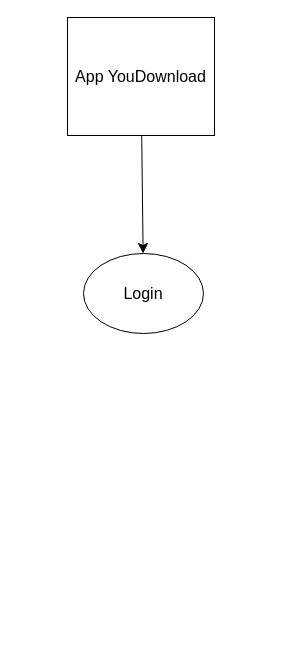
gabrimota/Diagramas keeps this draw.io diagram as Youdownload.drawio. Above is the earlier version. Source tidied: cells renumbered, new cells numbered last; positions are measured from the earlier drawing's top-left corner, leaving out a move shared by most shapes. Both pictures are drawn from the tidied source at 100%, with x=0, y=0 at pixel (67, 17).
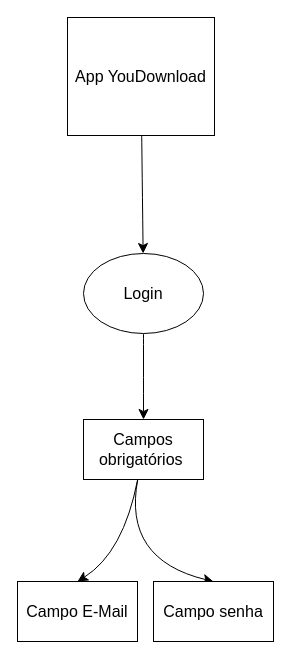
Above is the later version.

The edit, as a diff of the source:
```diff
@@
 <mxGraphModel>
   <root>
     <mxCell id="0" />
     <mxCell id="1" parent="0" />
     <mxCell id="2" style="edgeStyle=none;curved=1;rounded=0;jettySize=auto;html=1;fontSize=12;startSize=8;endSize=8;" parent="1" edge="1" source="3" target="4">
       <mxGeometry relative="1" as="geometry" />
     </mxCell>
     <mxCell id="3" value="App YouDownload" style="rounded=0;whiteSpace=wrap;html=1;fontSize=16;" parent="1" vertex="1">
       <mxGeometry width="147" height="118" as="geometry" />
     </mxCell>
+    <mxCell id="5" style="edgeStyle=none;curved=1;rounded=0;jettySize=auto;html=1;fontSize=12;startSize=8;endSize=8;" parent="1" edge="1" source="4" target="8">
+      <mxGeometry relative="1" as="geometry" />
+    </mxCell>
     <mxCell id="4" value="Login" style="ellipse;whiteSpace=wrap;html=1;fontSize=16;" parent="1" vertex="1">
       <mxGeometry x="16" y="236" width="120" height="80" as="geometry" />
     </mxCell>
+    <mxCell id="6" style="edgeStyle=none;curved=1;rounded=0;jettySize=auto;html=1;entryX=0.5;entryY=0;entryDx=0;entryDy=0;fontSize=12;startSize=8;endSize=8;" parent="1" edge="1" source="8" target="9">
+      <mxGeometry relative="1" as="geometry">
+        <Array as="points">
+          <mxPoint x="56" y="535" />
+        </Array>
+      </mxGeometry>
+    </mxCell>
+    <mxCell id="7" style="edgeStyle=none;curved=1;rounded=0;jettySize=auto;html=1;entryX=0.5;entryY=0;entryDx=0;entryDy=0;fontSize=12;startSize=8;endSize=8;" parent="1" edge="1" source="8" target="10">
+      <mxGeometry relative="1" as="geometry">
+        <Array as="points">
+          <mxPoint x="55" y="542" />
+        </Array>
+      </mxGeometry>
+    </mxCell>
+    <mxCell id="8" value="Campos obrigatórios&amp;nbsp;" style="rounded=0;whiteSpace=wrap;html=1;fontSize=16;" parent="1" vertex="1">
+      <mxGeometry x="16" y="402" width="120" height="60" as="geometry" />
+    </mxCell>
+    <mxCell id="9" value="Campo E-Mail" style="rounded=0;whiteSpace=wrap;html=1;fontSize=16;" parent="1" vertex="1">
+      <mxGeometry x="-50" y="564" width="120" height="60" as="geometry" />
+    </mxCell>
+    <mxCell id="10" value="Campo senha" style="rounded=0;whiteSpace=wrap;html=1;fontSize=16;" parent="1" vertex="1">
+      <mxGeometry x="86" y="564" width="120" height="60" as="geometry" />
+    </mxCell>
   </root>
 </mxGraphModel>
```
